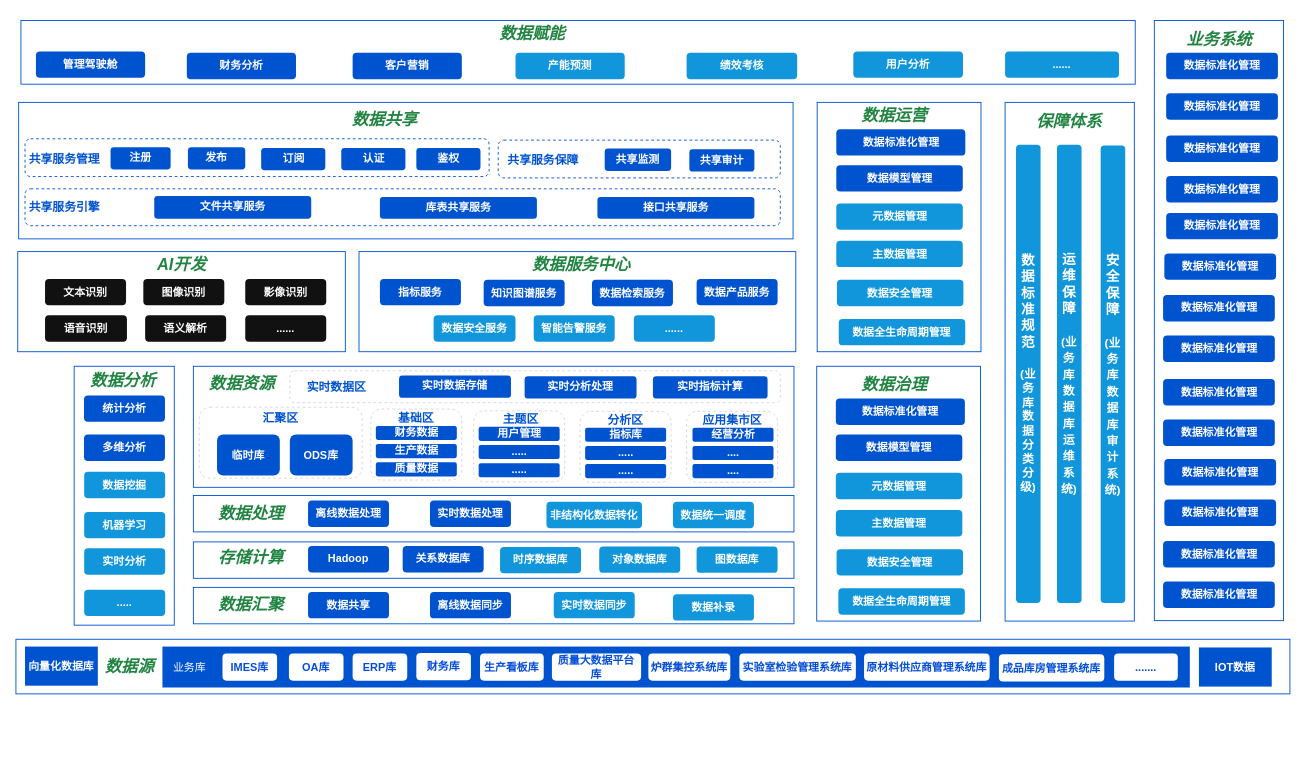
Earlier version of the draw.io diagram 数据.drawio (Niujieheng/GitHub_june). Source tidied: cells renumbered, new cells numbered last; positions are measured from the earlier drawing's top-left corner, leaving out a move shared by most shapes. Both pictures are drawn from the tidied source at 91%, with x=0, y=0 at pixel (15, 20).
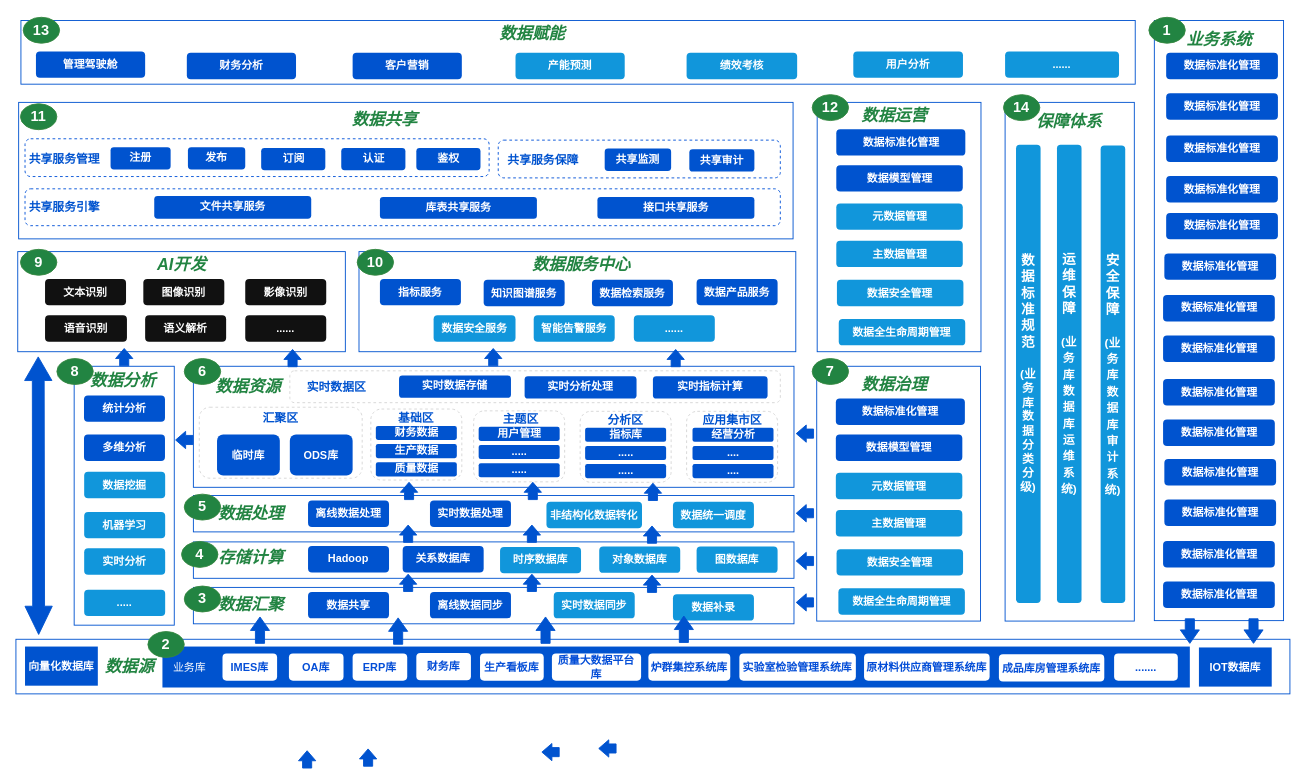
The same diagram, later.

What changed in the source:
```diff
@@
-    <mxCell id="16" value="&lt;font style=&quot;color: light-dark(rgb(255, 255, 255), rgb(237, 237, 237));&quot;&gt;&lt;b style=&quot;&quot;&gt;IOT数据&lt;/b&gt;&lt;/font&gt;" style="text;html=1;whiteSpace=wrap;strokeColor=none;fillColor=light-dark(#0053cf, #ededed);align=center;verticalAlign=middle;rounded=0;" parent="1" vertex="1">
+    <mxCell id="16" value="&lt;font style=&quot;color: light-dark(rgb(255, 255, 255), rgb(237, 237, 237));&quot;&gt;&lt;b style=&quot;&quot;&gt;IOT数据库&lt;/b&gt;&lt;/font&gt;" style="text;html=1;whiteSpace=wrap;strokeColor=none;fillColor=light-dark(#0053cf, #ededed);align=center;verticalAlign=middle;rounded=0;" parent="1" vertex="1">
       <mxGeometry x="1300" y="689" width="80" height="43" as="geometry" />
     </mxCell>
@@
     <mxCell id="45" value="&lt;font color=&quot;#228442&quot;&gt;&lt;span style=&quot;font-size: 18px;&quot;&gt;&lt;b&gt;&lt;i&gt;数据资源&lt;/i&gt;&lt;/b&gt;&lt;/span&gt;&lt;/font&gt;" style="text;html=1;whiteSpace=wrap;strokeColor=none;fillColor=none;align=center;verticalAlign=middle;rounded=0;" parent="1" vertex="1">
-      <mxGeometry x="200.5" y="385" width="94.5" height="30" as="geometry" />
+      <mxGeometry x="207.5" y="388" width="94.5" height="30" as="geometry" />
     </mxCell>
@@
+    <mxCell id="158" style="group;" parent="1" vertex="1">
+      <mxGeometry x="1240" y="-5" width="50" height="30" as="geometry" />
+    </mxCell>
+    <mxCell id="159" style="ellipse;whiteSpace=wrap;html=1;fillColor=light-dark(#228442,#EDEDED);strokeColor=light-dark(#378842, #ededed);" parent="158" vertex="1">
+      <mxGeometry x="5" y="1.5" width="40" height="28.5" as="geometry" />
+    </mxCell>
+    <mxCell id="160" value="&lt;font style=&quot;color: light-dark(rgb(255, 255, 255), rgb(237, 237, 237)); font-size: 16px;&quot;&gt;&lt;b style=&quot;&quot;&gt;1&lt;/b&gt;&lt;/font&gt;" style="text;html=1;whiteSpace=wrap;strokeColor=none;fillColor=none;align=center;verticalAlign=middle;rounded=0;" parent="158" vertex="1">
+      <mxGeometry width="50" height="30" as="geometry" />
+    </mxCell>
+    <mxCell id="161" style="group;" parent="1" vertex="1">
+      <mxGeometry x="140" y="670" width="50" height="30" as="geometry" />
+    </mxCell>
+    <mxCell id="162" style="ellipse;whiteSpace=wrap;html=1;fillColor=light-dark(#228442,#EDEDED);strokeColor=light-dark(#378842, #ededed);" parent="161" vertex="1">
+      <mxGeometry x="5" y="1.5" width="40" height="28.5" as="geometry" />
+    </mxCell>
+    <mxCell id="163" value="&lt;font style=&quot;color: light-dark(rgb(255, 255, 255), rgb(237, 237, 237)); font-size: 16px;&quot;&gt;&lt;b style=&quot;&quot;&gt;2&lt;/b&gt;&lt;/font&gt;" style="text;html=1;whiteSpace=wrap;strokeColor=none;fillColor=none;align=center;verticalAlign=middle;rounded=0;" parent="161" vertex="1">
+      <mxGeometry width="50" height="30" as="geometry" />
+    </mxCell>
+    <mxCell id="164" style="group;" parent="1" vertex="1">
+      <mxGeometry x="180" y="620" width="50" height="30" as="geometry" />
+    </mxCell>
+    <mxCell id="165" style="ellipse;whiteSpace=wrap;html=1;fillColor=light-dark(#228442,#EDEDED);strokeColor=light-dark(#378842, #ededed);" parent="164" vertex="1">
+      <mxGeometry x="5" y="1.5" width="40" height="28.5" as="geometry" />
+    </mxCell>
+    <mxCell id="166" value="&lt;font style=&quot;color: light-dark(rgb(255, 255, 255), rgb(237, 237, 237)); font-size: 16px;&quot;&gt;&lt;b style=&quot;&quot;&gt;3&lt;/b&gt;&lt;/font&gt;" style="text;html=1;whiteSpace=wrap;strokeColor=none;fillColor=none;align=center;verticalAlign=middle;rounded=0;" parent="164" vertex="1">
+      <mxGeometry width="50" height="30" as="geometry" />
+    </mxCell>
+    <mxCell id="167" style="group;" parent="1" vertex="1">
+      <mxGeometry y="90" width="50" height="30" as="geometry" />
+    </mxCell>
+    <mxCell id="168" style="ellipse;whiteSpace=wrap;html=1;fillColor=light-dark(#228442,#EDEDED);strokeColor=light-dark(#378842, #ededed);" parent="167" vertex="1">
+      <mxGeometry x="5" y="1.5" width="40" height="28.5" as="geometry" />
+    </mxCell>
+    <mxCell id="169" value="&lt;font style=&quot;color: light-dark(rgb(255, 255, 255), rgb(237, 237, 237)); font-size: 16px;&quot;&gt;&lt;b style=&quot;&quot;&gt;11&lt;/b&gt;&lt;/font&gt;" style="text;html=1;whiteSpace=wrap;strokeColor=none;fillColor=none;align=center;verticalAlign=middle;rounded=0;" parent="167" vertex="1">
+      <mxGeometry width="50" height="30" as="geometry" />
+    </mxCell>
+    <mxCell id="170" style="group;" parent="1" vertex="1">
+      <mxGeometry x="3" y="-5" width="50" height="30" as="geometry" />
+    </mxCell>
+    <mxCell id="171" style="ellipse;whiteSpace=wrap;html=1;fillColor=light-dark(#228442,#EDEDED);strokeColor=light-dark(#378842, #ededed);" parent="170" vertex="1">
+      <mxGeometry x="5" y="1.5" width="40" height="28.5" as="geometry" />
+    </mxCell>
+    <mxCell id="172" value="&lt;font style=&quot;color: light-dark(rgb(255, 255, 255), rgb(237, 237, 237)); font-size: 16px;&quot;&gt;&lt;b style=&quot;&quot;&gt;13&lt;/b&gt;&lt;/font&gt;" style="text;html=1;whiteSpace=wrap;strokeColor=none;fillColor=none;align=center;verticalAlign=middle;rounded=0;" parent="170" vertex="1">
+      <mxGeometry width="50" height="30" as="geometry" />
+    </mxCell>
+    <mxCell id="173" style="group;" parent="1" vertex="1">
+      <mxGeometry x="177" y="571" width="50" height="30" as="geometry" />
+    </mxCell>
+    <mxCell id="174" style="ellipse;whiteSpace=wrap;html=1;fillColor=light-dark(#228442,#EDEDED);strokeColor=light-dark(#378842, #ededed);" parent="173" vertex="1">
+      <mxGeometry x="5" y="1.5" width="40" height="28.5" as="geometry" />
+    </mxCell>
+    <mxCell id="175" value="&lt;font style=&quot;color: light-dark(rgb(255, 255, 255), rgb(237, 237, 237)); font-size: 16px;&quot;&gt;&lt;b style=&quot;&quot;&gt;4&lt;/b&gt;&lt;/font&gt;" style="text;html=1;whiteSpace=wrap;strokeColor=none;fillColor=none;align=center;verticalAlign=middle;rounded=0;" parent="173" vertex="1">
+      <mxGeometry width="50" height="30" as="geometry" />
+    </mxCell>
+    <mxCell id="176" style="group;" parent="1" vertex="1">
+      <mxGeometry x="1080.2" y="80" width="50" height="30" as="geometry" />
+    </mxCell>
+    <mxCell id="177" style="ellipse;whiteSpace=wrap;html=1;fillColor=light-dark(#228442,#EDEDED);strokeColor=light-dark(#378842, #ededed);" parent="176" vertex="1">
+      <mxGeometry x="5" y="1.5" width="40" height="28.5" as="geometry" />
+    </mxCell>
+    <mxCell id="178" value="&lt;font style=&quot;color: light-dark(rgb(255, 255, 255), rgb(237, 237, 237)); font-size: 16px;&quot;&gt;&lt;b style=&quot;&quot;&gt;14&lt;/b&gt;&lt;/font&gt;" style="text;html=1;whiteSpace=wrap;strokeColor=none;fillColor=none;align=center;verticalAlign=middle;rounded=0;" parent="176" vertex="1">
+      <mxGeometry width="50" height="30" as="geometry" />
+    </mxCell>
+    <mxCell id="179" style="group;" parent="1" vertex="1">
+      <mxGeometry x="180" y="519" width="50" height="30" as="geometry" />
+    </mxCell>
+    <mxCell id="180" style="ellipse;whiteSpace=wrap;html=1;fillColor=light-dark(#228442,#EDEDED);strokeColor=light-dark(#378842, #ededed);" parent="179" vertex="1">
+      <mxGeometry x="5" y="1.5" width="40" height="28.5" as="geometry" />
+    </mxCell>
+    <mxCell id="181" value="&lt;font style=&quot;color: light-dark(rgb(255, 255, 255), rgb(237, 237, 237)); font-size: 16px;&quot;&gt;&lt;b style=&quot;&quot;&gt;5&lt;/b&gt;&lt;/font&gt;" style="text;html=1;whiteSpace=wrap;strokeColor=none;fillColor=none;align=center;verticalAlign=middle;rounded=0;" parent="179" vertex="1">
+      <mxGeometry width="50" height="30" as="geometry" />
+    </mxCell>
+    <mxCell id="182" style="group;" parent="1" vertex="1">
+      <mxGeometry x="180" y="370" width="50" height="30" as="geometry" />
+    </mxCell>
+    <mxCell id="183" style="ellipse;whiteSpace=wrap;html=1;fillColor=light-dark(#228442,#EDEDED);strokeColor=light-dark(#378842, #ededed);" parent="182" vertex="1">
+      <mxGeometry x="5" y="1.5" width="40" height="28.5" as="geometry" />
+    </mxCell>
+    <mxCell id="184" value="&lt;font style=&quot;color: light-dark(rgb(255, 255, 255), rgb(237, 237, 237)); font-size: 16px;&quot;&gt;&lt;b style=&quot;&quot;&gt;6&lt;/b&gt;&lt;/font&gt;" style="text;html=1;whiteSpace=wrap;strokeColor=none;fillColor=none;align=center;verticalAlign=middle;rounded=0;" parent="182" vertex="1">
+      <mxGeometry width="50" height="30" as="geometry" />
+    </mxCell>
+    <mxCell id="185" style="group;" parent="1" vertex="1">
+      <mxGeometry x="870" y="370" width="50" height="30" as="geometry" />
+    </mxCell>
+    <mxCell id="186" style="ellipse;whiteSpace=wrap;html=1;fillColor=light-dark(#228442,#EDEDED);strokeColor=light-dark(#378842, #ededed);" parent="185" vertex="1">
+      <mxGeometry x="5" y="1.5" width="40" height="28.5" as="geometry" />
+    </mxCell>
+    <mxCell id="187" value="&lt;font style=&quot;color: light-dark(rgb(255, 255, 255), rgb(237, 237, 237)); font-size: 16px;&quot;&gt;&lt;b style=&quot;&quot;&gt;7&lt;/b&gt;&lt;/font&gt;" style="text;html=1;whiteSpace=wrap;strokeColor=none;fillColor=none;align=center;verticalAlign=middle;rounded=0;" parent="185" vertex="1">
+      <mxGeometry width="50" height="30" as="geometry" />
+    </mxCell>
+    <mxCell id="188" style="group;" parent="1" vertex="1">
+      <mxGeometry x="870" y="80" width="50" height="30" as="geometry" />
+    </mxCell>
+    <mxCell id="189" style="ellipse;whiteSpace=wrap;html=1;fillColor=light-dark(#228442,#EDEDED);strokeColor=light-dark(#378842, #ededed);" parent="188" vertex="1">
+      <mxGeometry x="5" y="1.5" width="40" height="28.5" as="geometry" />
+    </mxCell>
+    <mxCell id="190" value="&lt;font style=&quot;color: light-dark(rgb(255, 255, 255), rgb(237, 237, 237)); font-size: 16px;&quot;&gt;&lt;b style=&quot;&quot;&gt;12&lt;/b&gt;&lt;/font&gt;" style="text;html=1;whiteSpace=wrap;strokeColor=none;fillColor=none;align=center;verticalAlign=middle;rounded=0;" parent="188" vertex="1">
+      <mxGeometry width="50" height="30" as="geometry" />
+    </mxCell>
+    <mxCell id="191" style="group;" parent="1" vertex="1">
+      <mxGeometry x="40" y="370" width="50" height="30" as="geometry" />
+    </mxCell>
+    <mxCell id="192" style="ellipse;whiteSpace=wrap;html=1;fillColor=light-dark(#228442,#EDEDED);strokeColor=light-dark(#378842, #ededed);" parent="191" vertex="1">
+      <mxGeometry x="5" y="1.5" width="40" height="28.5" as="geometry" />
+    </mxCell>
+    <mxCell id="193" value="&lt;font style=&quot;color: light-dark(rgb(255, 255, 255), rgb(237, 237, 237)); font-size: 16px;&quot;&gt;&lt;b style=&quot;&quot;&gt;8&lt;/b&gt;&lt;/font&gt;" style="text;html=1;whiteSpace=wrap;strokeColor=none;fillColor=none;align=center;verticalAlign=middle;rounded=0;" parent="191" vertex="1">
+      <mxGeometry width="50" height="30" as="geometry" />
+    </mxCell>
+    <mxCell id="194" style="group;" parent="1" vertex="1">
+      <mxGeometry x="370" y="250" width="50" height="30" as="geometry" />
+    </mxCell>
+    <mxCell id="195" style="ellipse;whiteSpace=wrap;html=1;fillColor=light-dark(#228442,#EDEDED);strokeColor=light-dark(#378842, #ededed);" parent="194" vertex="1">
+      <mxGeometry x="5" y="1.5" width="40" height="28.5" as="geometry" />
+    </mxCell>
+    <mxCell id="196" value="&lt;font style=&quot;color: light-dark(rgb(255, 255, 255), rgb(237, 237, 237)); font-size: 16px;&quot;&gt;&lt;b style=&quot;&quot;&gt;10&lt;/b&gt;&lt;/font&gt;" style="text;html=1;whiteSpace=wrap;strokeColor=none;fillColor=none;align=center;verticalAlign=middle;rounded=0;" parent="194" vertex="1">
+      <mxGeometry width="50" height="30" as="geometry" />
+    </mxCell>
+    <mxCell id="197" style="group;" parent="1" vertex="1">
+      <mxGeometry y="250" width="50" height="30" as="geometry" />
+    </mxCell>
+    <mxCell id="198" style="ellipse;whiteSpace=wrap;html=1;fillColor=light-dark(#228442,#EDEDED);strokeColor=light-dark(#378842, #ededed);" parent="197" vertex="1">
+      <mxGeometry x="5" y="1.5" width="40" height="28.5" as="geometry" />
+    </mxCell>
+    <mxCell id="199" value="&lt;font style=&quot;color: light-dark(rgb(255, 255, 255), rgb(237, 237, 237)); font-size: 16px;&quot;&gt;&lt;b style=&quot;&quot;&gt;9&lt;/b&gt;&lt;/font&gt;" style="text;html=1;whiteSpace=wrap;strokeColor=none;fillColor=none;align=center;verticalAlign=middle;rounded=0;" parent="197" vertex="1">
+      <mxGeometry width="50" height="30" as="geometry" />
+    </mxCell>
+    <mxCell id="200" style="shape=flexArrow;endArrow=classic;html=1;rounded=0;endWidth=10;endSize=4.6;strokeColor=light-dark(#0053cf, #ededed);fillColor=light-dark(#0053cf, #ededed);" parent="1" edge="1">
+      <mxGeometry relative="1" as="geometry">
+        <mxPoint x="268.2" y="685" as="sourcePoint" />
+        <mxPoint x="268.2" y="655" as="targetPoint" />
+      </mxGeometry>
+    </mxCell>
+    <mxCell id="201" style="shape=flexArrow;endArrow=classic;html=1;rounded=0;endWidth=10;endSize=4.6;strokeColor=light-dark(#0053cf, #ededed);fillColor=light-dark(#0053cf, #ededed);" parent="1" edge="1">
+      <mxGeometry relative="1" as="geometry">
+        <mxPoint x="420" y="686" as="sourcePoint" />
+        <mxPoint x="420" y="656" as="targetPoint" />
+      </mxGeometry>
+    </mxCell>
+    <mxCell id="202" style="shape=flexArrow;endArrow=classic;html=1;rounded=0;endWidth=10;endSize=4.6;strokeColor=light-dark(#0053cf, #ededed);fillColor=light-dark(#0053cf, #ededed);" parent="1" edge="1">
+      <mxGeometry relative="1" as="geometry">
+        <mxPoint x="582" y="685" as="sourcePoint" />
+        <mxPoint x="582" y="655" as="targetPoint" />
+      </mxGeometry>
+    </mxCell>
+    <mxCell id="203" style="shape=flexArrow;endArrow=classic;html=1;rounded=0;endWidth=10;endSize=4.6;strokeColor=light-dark(#0053cf, #ededed);fillColor=light-dark(#0053cf, #ededed);" parent="1" edge="1">
+      <mxGeometry relative="1" as="geometry">
+        <mxPoint x="734" y="684" as="sourcePoint" />
+        <mxPoint x="734" y="654" as="targetPoint" />
+      </mxGeometry>
+    </mxCell>
+    <mxCell id="204" style="shape=flexArrow;endArrow=classic;html=1;rounded=0;endWidth=10;endSize=4.6;strokeColor=light-dark(#0053cf, #ededed);fillColor=light-dark(#0053cf, #ededed);" parent="1" edge="1">
+      <mxGeometry relative="1" as="geometry">
+        <mxPoint x="1360" y="657" as="sourcePoint" />
+        <mxPoint x="1360" y="685" as="targetPoint" />
+      </mxGeometry>
+    </mxCell>
+    <mxCell id="205" style="shape=flexArrow;endArrow=classic;html=1;rounded=0;endWidth=10;endSize=4.6;strokeColor=light-dark(#0053cf, #ededed);fillColor=light-dark(#0053cf, #ededed);" parent="1" edge="1">
+      <mxGeometry relative="1" as="geometry">
+        <mxPoint x="1290" y="657" as="sourcePoint" />
+        <mxPoint x="1290" y="685" as="targetPoint" />
+      </mxGeometry>
+    </mxCell>
+    <mxCell id="206" style="shape=flexArrow;endArrow=classic;html=1;rounded=0;endWidth=8;endSize=3.33;strokeColor=light-dark(#0053cf, #ededed);fillColor=light-dark(#0053cf, #ededed);" parent="1" edge="1">
+      <mxGeometry relative="1" as="geometry">
+        <mxPoint x="195" y="461" as="sourcePoint" />
+        <mxPoint x="175" y="461" as="targetPoint" />
+      </mxGeometry>
+    </mxCell>
+    <mxCell id="207" style="shape=flexArrow;endArrow=classic;html=1;rounded=0;endWidth=8;endSize=3.33;strokeColor=light-dark(#0053cf, #ededed);fillColor=light-dark(#0053cf, #ededed);" parent="1" edge="1">
+      <mxGeometry relative="1" as="geometry">
+        <mxPoint x="524.5" y="380" as="sourcePoint" />
+        <mxPoint x="524.5" y="360" as="targetPoint" />
+      </mxGeometry>
+    </mxCell>
+    <mxCell id="208" style="shape=flexArrow;endArrow=classic;html=1;rounded=0;endWidth=8;endSize=3.33;strokeColor=light-dark(#0053cf, #ededed);fillColor=light-dark(#0053cf, #ededed);" parent="1" edge="1">
+      <mxGeometry relative="1" as="geometry">
+        <mxPoint x="597.5" y="804" as="sourcePoint" />
+        <mxPoint x="577.5" y="804" as="targetPoint" />
+      </mxGeometry>
+    </mxCell>
+    <mxCell id="209" style="shape=flexArrow;endArrow=classic;html=1;rounded=0;endWidth=8;endSize=3.33;strokeColor=light-dark(#0053cf, #ededed);fillColor=light-dark(#0053cf, #ededed);" parent="1" edge="1">
+      <mxGeometry relative="1" as="geometry">
+        <mxPoint x="877" y="639.5" as="sourcePoint" />
+        <mxPoint x="857" y="639.5" as="targetPoint" />
+      </mxGeometry>
+    </mxCell>
+    <mxCell id="210" style="shape=flexArrow;endArrow=classic;html=1;rounded=0;endWidth=8;endSize=3.33;strokeColor=light-dark(#0053cf, #ededed);fillColor=light-dark(#0053cf, #ededed);" parent="1" edge="1">
+      <mxGeometry relative="1" as="geometry">
+        <mxPoint x="877" y="594" as="sourcePoint" />
+        <mxPoint x="857" y="594" as="targetPoint" />
+      </mxGeometry>
+    </mxCell>
+    <mxCell id="211" style="shape=flexArrow;endArrow=classic;html=1;rounded=0;endWidth=8;endSize=3.33;strokeColor=light-dark(#0053cf, #ededed);fillColor=light-dark(#0053cf, #ededed);" parent="1" edge="1">
+      <mxGeometry relative="1" as="geometry">
+        <mxPoint x="877" y="541.5" as="sourcePoint" />
+        <mxPoint x="857" y="541.5" as="targetPoint" />
+      </mxGeometry>
+    </mxCell>
+    <mxCell id="212" style="shape=flexArrow;endArrow=classic;html=1;rounded=0;endWidth=8;endSize=3.33;strokeColor=light-dark(#0053cf, #ededed);fillColor=light-dark(#0053cf, #ededed);" parent="1" edge="1">
+      <mxGeometry relative="1" as="geometry">
+        <mxPoint x="877" y="454" as="sourcePoint" />
+        <mxPoint x="857" y="454" as="targetPoint" />
+      </mxGeometry>
+    </mxCell>
+    <mxCell id="213" style="shape=flexArrow;endArrow=classic;html=1;rounded=0;endWidth=8;endSize=3.33;strokeColor=light-dark(#0053cf, #ededed);fillColor=light-dark(#0053cf, #ededed);" parent="1" edge="1">
+      <mxGeometry relative="1" as="geometry">
+        <mxPoint x="431" y="628" as="sourcePoint" />
+        <mxPoint x="431" y="608" as="targetPoint" />
+      </mxGeometry>
+    </mxCell>
+    <mxCell id="214" style="shape=flexArrow;endArrow=classic;html=1;rounded=0;endWidth=8;endSize=3.33;strokeColor=light-dark(#0053cf, #ededed);fillColor=light-dark(#0053cf, #ededed);" parent="1" edge="1">
+      <mxGeometry relative="1" as="geometry">
+        <mxPoint x="567" y="628" as="sourcePoint" />
+        <mxPoint x="567" y="608" as="targetPoint" />
+      </mxGeometry>
+    </mxCell>
+    <mxCell id="215" style="shape=flexArrow;endArrow=classic;html=1;rounded=0;endWidth=8;endSize=3.33;strokeColor=light-dark(#0053cf, #ededed);fillColor=light-dark(#0053cf, #ededed);" parent="1" edge="1">
+      <mxGeometry relative="1" as="geometry">
+        <mxPoint x="699" y="629" as="sourcePoint" />
+        <mxPoint x="699" y="609" as="targetPoint" />
+      </mxGeometry>
+    </mxCell>
+    <mxCell id="216" style="group;" parent="1" vertex="1">
+      <mxGeometry x="431" y="554" width="268" height="21" as="geometry" />
+    </mxCell>
+    <mxCell id="217" style="shape=flexArrow;endArrow=classic;html=1;rounded=0;endWidth=8;endSize=3.33;strokeColor=light-dark(#0053cf, #ededed);fillColor=light-dark(#0053cf, #ededed);" parent="216" edge="1">
+      <mxGeometry relative="1" as="geometry">
+        <mxPoint y="20" as="sourcePoint" />
+        <mxPoint as="targetPoint" />
+      </mxGeometry>
+    </mxCell>
+    <mxCell id="218" style="shape=flexArrow;endArrow=classic;html=1;rounded=0;endWidth=8;endSize=3.33;strokeColor=light-dark(#0053cf, #ededed);fillColor=light-dark(#0053cf, #ededed);" parent="216" edge="1">
+      <mxGeometry relative="1" as="geometry">
+        <mxPoint x="136" y="20" as="sourcePoint" />
+        <mxPoint x="136" as="targetPoint" />
+      </mxGeometry>
+    </mxCell>
+    <mxCell id="219" style="shape=flexArrow;endArrow=classic;html=1;rounded=0;endWidth=8;endSize=3.33;strokeColor=light-dark(#0053cf, #ededed);fillColor=light-dark(#0053cf, #ededed);" parent="216" edge="1">
+      <mxGeometry relative="1" as="geometry">
+        <mxPoint x="268" y="21" as="sourcePoint" />
+        <mxPoint x="268" y="1" as="targetPoint" />
+      </mxGeometry>
+    </mxCell>
+    <mxCell id="220" style="group;" parent="1" vertex="1">
+      <mxGeometry x="432" y="507" width="268" height="21" as="geometry" />
+    </mxCell>
+    <mxCell id="221" style="shape=flexArrow;endArrow=classic;html=1;rounded=0;endWidth=8;endSize=3.33;strokeColor=light-dark(#0053cf, #ededed);fillColor=light-dark(#0053cf, #ededed);" parent="220" edge="1">
+      <mxGeometry relative="1" as="geometry">
+        <mxPoint y="20" as="sourcePoint" />
+        <mxPoint as="targetPoint" />
+      </mxGeometry>
+    </mxCell>
+    <mxCell id="222" style="shape=flexArrow;endArrow=classic;html=1;rounded=0;endWidth=8;endSize=3.33;strokeColor=light-dark(#0053cf, #ededed);fillColor=light-dark(#0053cf, #ededed);" parent="220" edge="1">
+      <mxGeometry relative="1" as="geometry">
+        <mxPoint x="136" y="20" as="sourcePoint" />
+        <mxPoint x="136" as="targetPoint" />
+      </mxGeometry>
+    </mxCell>
+    <mxCell id="223" style="shape=flexArrow;endArrow=classic;html=1;rounded=0;endWidth=8;endSize=3.33;strokeColor=light-dark(#0053cf, #ededed);fillColor=light-dark(#0053cf, #ededed);" parent="220" edge="1">
+      <mxGeometry relative="1" as="geometry">
+        <mxPoint x="268" y="21" as="sourcePoint" />
+        <mxPoint x="268" y="1" as="targetPoint" />
+      </mxGeometry>
+    </mxCell>
+    <mxCell id="224" style="shape=flexArrow;endArrow=classic;html=1;rounded=0;endWidth=8;endSize=3.33;strokeColor=light-dark(#0053cf, #ededed);fillColor=light-dark(#0053cf, #ededed);" parent="1" edge="1">
+      <mxGeometry relative="1" as="geometry">
+        <mxPoint x="725" y="381" as="sourcePoint" />
+        <mxPoint x="725" y="361" as="targetPoint" />
+      </mxGeometry>
+    </mxCell>
+    <mxCell id="225" style="shape=flexArrow;endArrow=classic;html=1;rounded=0;endWidth=8;endSize=3.33;strokeColor=light-dark(#0053cf, #ededed);fillColor=light-dark(#0053cf, #ededed);" parent="1" edge="1">
+      <mxGeometry relative="1" as="geometry">
+        <mxPoint x="304" y="381" as="sourcePoint" />
+        <mxPoint x="304" y="361" as="targetPoint" />
+      </mxGeometry>
+    </mxCell>
+    <mxCell id="226" style="shape=flexArrow;endArrow=classic;html=1;rounded=0;endWidth=8;endSize=3.33;strokeColor=light-dark(#0053cf, #ededed);fillColor=light-dark(#0053cf, #ededed);" parent="1" edge="1">
+      <mxGeometry relative="1" as="geometry">
+        <mxPoint x="387" y="820" as="sourcePoint" />
+        <mxPoint x="387" y="800" as="targetPoint" />
+      </mxGeometry>
+    </mxCell>
+    <mxCell id="227" style="shape=flexArrow;endArrow=classic;html=1;rounded=0;endWidth=8;endSize=3.33;strokeColor=light-dark(#0053cf, #ededed);fillColor=light-dark(#0053cf, #ededed);" parent="1" edge="1">
+      <mxGeometry relative="1" as="geometry">
+        <mxPoint x="119" y="380" as="sourcePoint" />
+        <mxPoint x="119" y="360" as="targetPoint" />
+      </mxGeometry>
+    </mxCell>
+    <mxCell id="228" style="shape=flexArrow;endArrow=classic;html=1;rounded=0;endWidth=8;endSize=3.33;strokeColor=light-dark(#0053cf, #ededed);fillColor=light-dark(#0053cf, #ededed);" parent="1" edge="1">
+      <mxGeometry relative="1" as="geometry">
+        <mxPoint x="320" y="822" as="sourcePoint" />
+        <mxPoint x="320" y="802" as="targetPoint" />
+      </mxGeometry>
+    </mxCell>
+    <mxCell id="229" style="shape=flexArrow;endArrow=classic;startArrow=classic;html=1;rounded=0;width=13;endSize=8.32;strokeColor=light-dark(#0053cf, #ededed);fillColor=light-dark(#0053cf, #ededed);startWidth=16;startSize=10.01;endWidth=16;" parent="1" edge="1">
+      <mxGeometry relative="1" as="geometry">
+        <mxPoint x="25" y="675.2" as="sourcePoint" />
+        <mxPoint x="24.5" y="369.2" as="targetPoint" />
+      </mxGeometry>
+    </mxCell>
+    <mxCell id="230" style="shape=flexArrow;endArrow=classic;html=1;rounded=0;endWidth=8;endSize=3.33;strokeColor=light-dark(#0053cf, #ededed);fillColor=light-dark(#0053cf, #ededed);" parent="1" edge="1">
+      <mxGeometry relative="1" as="geometry">
+        <mxPoint x="660" y="800" as="sourcePoint" />
+        <mxPoint x="640" y="800" as="targetPoint" />
+      </mxGeometry>
+    </mxCell>
```
